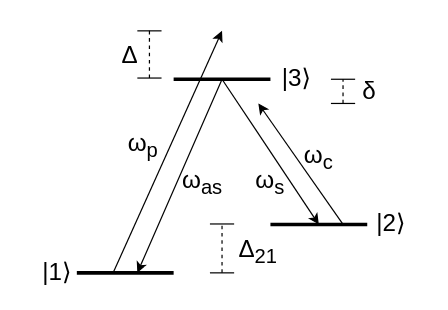
Aaron-Dayton/HonoursProject keeps this draw.io diagram as HonoursThesis/Figs/Drawio/ThreeLevelAtom.drawio. Above is the earlier version. Source tidied: cells renumbered, new cells numbered last; positions are measured from the earlier drawing's top-left corner, leaving out a move shared by most shapes. Both pictures are drawn from the tidied source at 121%, with x=0, y=0 at pixel (21, 30).
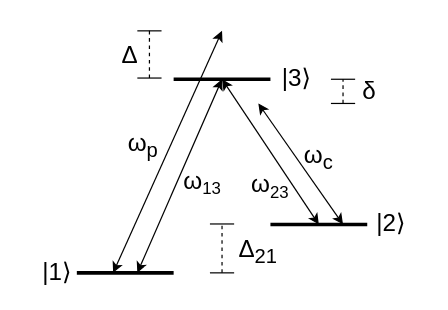
After the change.

Change to the diagram source:
```diff
@@
-    <mxCell id="5" style="endArrow=classic;html=1;rounded=0;" parent="1" edge="1">
+    <mxCell id="5" style="endArrow=classic;html=1;rounded=0;startArrow=classic;startFill=1;" parent="1" edge="1">
       <mxGeometry relative="1" as="geometry">
         <mxPoint x="76" y="200" as="sourcePoint" />
         <mxPoint x="166" as="targetPoint" />
       </mxGeometry>
     </mxCell>
@@
-    <mxCell id="8" style="endArrow=classic;html=1;rounded=0;" parent="1" edge="1">
+    <mxCell id="8" style="endArrow=classic;html=1;rounded=0;startArrow=classic;startFill=1;" parent="1" edge="1">
       <mxGeometry relative="1" as="geometry">
         <mxPoint x="166" y="40" as="sourcePoint" />
         <mxPoint x="246" y="160" as="targetPoint" />
       </mxGeometry>
     </mxCell>
-    <mxCell id="9" style="endArrow=classic;html=1;rounded=0;" parent="1" edge="1">
+    <mxCell id="9" style="endArrow=classic;html=1;rounded=0;startArrow=classic;startFill=1;" parent="1" edge="1">
       <mxGeometry relative="1" as="geometry">
         <mxPoint x="266" y="160" as="sourcePoint" />
         <mxPoint x="196" y="60" as="targetPoint" />
       </mxGeometry>
     </mxCell>
-    <mxCell id="10" style="endArrow=classic;html=1;rounded=0;" parent="1" edge="1">
+    <mxCell id="10" style="endArrow=classic;html=1;rounded=0;startArrow=classic;startFill=1;" parent="1" edge="1">
       <mxGeometry relative="1" as="geometry">
         <mxPoint x="166" y="40" as="sourcePoint" />
         <mxPoint x="96" y="200" as="targetPoint" />
       </mxGeometry>
     </mxCell>
@@
-    <mxCell id="18" value="&lt;font style=&quot;font-size: 20px;&quot;&gt;ω&lt;sub style=&quot;&quot;&gt;as&lt;/sub&gt;&lt;/font&gt;" style="text;html=1;align=center;verticalAlign=middle;whiteSpace=wrap;rounded=0;" parent="1" vertex="1">
-      <mxGeometry x="120" y="110" width="60" height="30" as="geometry" />
-    </mxCell>
-    <mxCell id="19" value="&lt;font style=&quot;font-size: 20px;&quot;&gt;ω&lt;sub style=&quot;&quot;&gt;s&lt;/sub&gt;&lt;/font&gt;" style="text;html=1;align=center;verticalAlign=middle;whiteSpace=wrap;rounded=0;" parent="1" vertex="1">
-      <mxGeometry x="176" y="110" width="60" height="30" as="geometry" />
-    </mxCell>
@@
+    <mxCell id="28" value="&lt;font style=&quot;font-size: 20px;&quot;&gt;ω&lt;/font&gt;&lt;font style=&quot;font-size: 16.6667px;&quot;&gt;&lt;sub&gt;13&lt;/sub&gt;&lt;/font&gt;" style="text;html=1;align=center;verticalAlign=middle;whiteSpace=wrap;rounded=0;" parent="1" vertex="1">
+      <mxGeometry x="120" y="110" width="60" height="30" as="geometry" />
+    </mxCell>
+    <mxCell id="29" value="&lt;font style=&quot;font-size: 20px;&quot;&gt;ω&lt;/font&gt;&lt;font style=&quot;font-size: 16.6667px;&quot;&gt;&lt;sub&gt;23&lt;/sub&gt;&lt;/font&gt;" style="text;html=1;align=center;verticalAlign=middle;whiteSpace=wrap;rounded=0;" parent="1" vertex="1">
+      <mxGeometry x="176" y="113" width="60" height="30" as="geometry" />
+    </mxCell>
```
